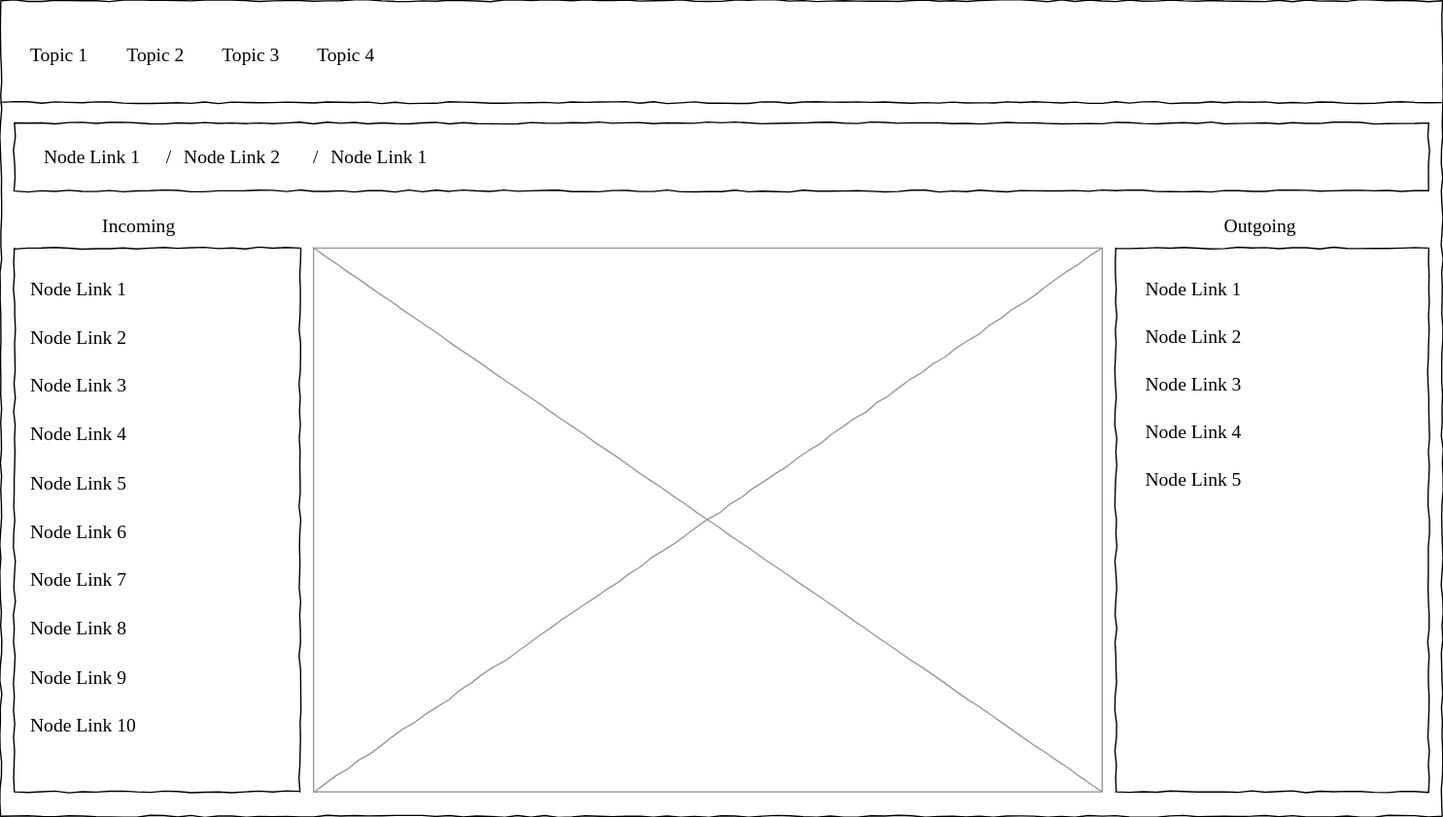
This is packages/app/dag-browser/doc/diagrams/wireframe-full.svg from AlexanderLapygin/dags, a draw.io export, as it was before one commit. Source tidied: cells renumbered, new cells last; positions are measured from the earlier drawing's top-left corner, leaving out a move shared by most shapes.
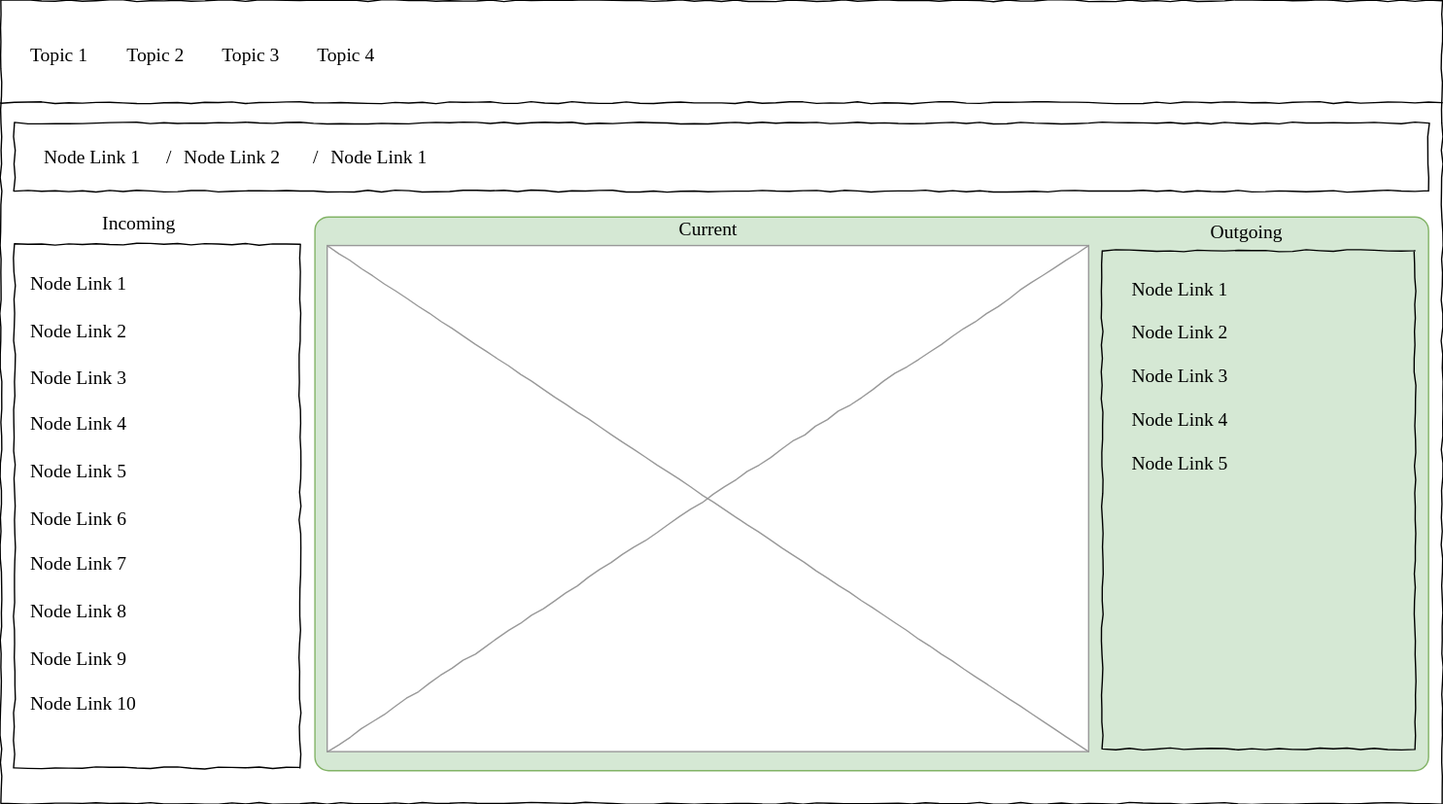
The same file after the commit.

Commit message:
feat: improve structure and style

Change to the diagram source:
```diff
@@ -3,7 +3,7 @@
     <mxCell id="0" />
     <mxCell id="1" parent="0" />
     <mxCell id="2" style="whiteSpace=wrap;html=1;rounded=0;shadow=0;labelBackgroundColor=none;strokeColor=#000000;strokeWidth=1;fillColor=none;fontFamily=Verdana;fontSize=12;fontColor=#000000;align=center;comic=1;" parent="1" vertex="1">
-      <mxGeometry width="1060" height="600" as="geometry" />
+      <mxGeometry width="1060" height="590" as="geometry" />
     </mxCell>
     <mxCell id="3" value="Topic 1" style="text;html=1;align=left;verticalAlign=top;spacingTop=-4;fontSize=14;fontFamily=Verdana;" parent="1" vertex="1">
       <mxGeometry x="20" y="30" width="60" height="20" as="geometry" />
@@ -17,9 +17,6 @@
     <mxCell id="6" value="Topic 4" style="text;html=1;align=left;verticalAlign=top;spacingTop=-4;fontSize=14;fontFamily=Verdana;" parent="1" vertex="1">
       <mxGeometry x="231" y="30" width="60" height="20" as="geometry" />
     </mxCell>
-    <mxCell id="7" style="whiteSpace=wrap;html=1;rounded=0;shadow=0;labelBackgroundColor=none;strokeWidth=1;fillColor=none;fontFamily=Verdana;fontSize=12;align=center;comic=1;" parent="1" vertex="1">
-      <mxGeometry x="10" y="182" width="210" height="400" as="geometry" />
-    </mxCell>
     <mxCell id="8" style="line;strokeWidth=1;html=1;rounded=0;shadow=0;labelBackgroundColor=none;fillColor=none;fontFamily=Verdana;fontSize=14;fontColor=#000000;align=center;comic=1;" parent="1" vertex="1">
       <mxGeometry y="70" width="1060" height="10" as="geometry" />
     </mxCell>
@@ -29,74 +26,95 @@
     <mxCell id="10" value="Node Link 1" style="text;html=1;align=left;verticalAlign=top;spacingTop=-4;fontSize=14;fontFamily=Verdana;" parent="1" vertex="1">
       <mxGeometry x="30" y="105" width="95" height="20" as="geometry" />
     </mxCell>
-    <mxCell id="11" style="verticalLabelPosition=bottom;shadow=0;dashed=0;align=center;html=1;verticalAlign=top;strokeWidth=1;shape=mxgraph.mockup.graphics.simpleIcon;strokeColor=#999999;rounded=0;labelBackgroundColor=none;fontFamily=Verdana;fontSize=14;fontColor=#000000;comic=1;" parent="1" vertex="1">
-      <mxGeometry x="230" y="182" width="580" height="400" as="geometry" />
-    </mxCell>
-    <mxCell id="12" style="whiteSpace=wrap;html=1;rounded=0;shadow=0;labelBackgroundColor=none;strokeWidth=1;fillColor=none;fontFamily=Verdana;fontSize=12;align=center;comic=1;" parent="1" vertex="1">
-      <mxGeometry x="820" y="182" width="230" height="400" as="geometry" />
-    </mxCell>
+    <mxCell id="30" value="Node Link 2" style="text;html=1;align=left;verticalAlign=top;spacingTop=-4;fontSize=14;fontFamily=Verdana;" parent="1" vertex="1">
+      <mxGeometry x="133" y="105" width="95" height="20" as="geometry" />
+    </mxCell>
+    <mxCell id="31" value="/" style="text;html=1;align=left;verticalAlign=top;spacingTop=-4;fontSize=14;fontFamily=Verdana;" parent="1" vertex="1">
+      <mxGeometry x="120" y="105" width="15" height="20" as="geometry" />
+    </mxCell>
+    <mxCell id="32" value="Node Link 1" style="text;html=1;align=left;verticalAlign=top;spacingTop=-4;fontSize=14;fontFamily=Verdana;" parent="1" vertex="1">
+      <mxGeometry x="241" y="105" width="95" height="20" as="geometry" />
+    </mxCell>
+    <mxCell id="33" value="/" style="text;html=1;align=left;verticalAlign=top;spacingTop=-4;fontSize=14;fontFamily=Verdana;" parent="1" vertex="1">
+      <mxGeometry x="228" y="105" width="15" height="20" as="geometry" />
+    </mxCell>
+    <mxCell id="34" style="group;" parent="1" vertex="1">
+      <mxGeometry x="10" y="154" width="210" height="410" as="geometry" />
+    </mxCell>
+    <mxCell id="7" style="whiteSpace=wrap;html=1;rounded=0;shadow=0;labelBackgroundColor=none;strokeWidth=1;fillColor=none;fontFamily=Verdana;fontSize=12;align=center;comic=1;" parent="34" vertex="1">
+      <mxGeometry y="25" width="210" height="385" as="geometry" />
+    </mxCell>
-    <mxCell id="13" value="Node Link 1" style="text;html=1;align=left;verticalAlign=top;spacingTop=-4;fontSize=14;fontFamily=Verdana;" parent="1" vertex="1">
-      <mxGeometry x="20" y="202" width="170" height="20" as="geometry" />
+    <mxCell id="13" value="Node Link 1" style="text;html=1;align=left;verticalAlign=top;spacingTop=-4;fontSize=14;fontFamily=Verdana;" parent="34" vertex="1">
+      <mxGeometry x="10" y="44.3" width="170" height="19.2" as="geometry" />
     </mxCell>
-    <mxCell id="14" value="Node Link 2" style="text;html=1;align=left;verticalAlign=top;spacingTop=-4;fontSize=14;fontFamily=Verdana;" parent="1" vertex="1">
-      <mxGeometry x="20" y="238" width="170" height="20" as="geometry" />
+    <mxCell id="14" value="Node Link 2" style="text;html=1;align=left;verticalAlign=top;spacingTop=-4;fontSize=14;fontFamily=Verdana;" parent="34" vertex="1">
+      <mxGeometry x="10" y="78.9" width="170" height="19.2" as="geometry" />
     </mxCell>
-    <mxCell id="15" value="Node Link 3" style="text;html=1;align=left;verticalAlign=top;spacingTop=-4;fontSize=14;fontFamily=Verdana;" parent="1" vertex="1">
-      <mxGeometry x="20" y="273" width="170" height="20" as="geometry" />
+    <mxCell id="15" value="Node Link 3" style="text;html=1;align=left;verticalAlign=top;spacingTop=-4;fontSize=14;fontFamily=Verdana;" parent="34" vertex="1">
+      <mxGeometry x="10" y="112.6" width="170" height="19.2" as="geometry" />
     </mxCell>
-    <mxCell id="16" value="Node Link 4" style="text;html=1;align=left;verticalAlign=top;spacingTop=-4;fontSize=14;fontFamily=Verdana;" parent="1" vertex="1">
-      <mxGeometry x="20" y="309" width="170" height="20" as="geometry" />
+    <mxCell id="16" value="Node Link 4" style="text;html=1;align=left;verticalAlign=top;spacingTop=-4;fontSize=14;fontFamily=Verdana;" parent="34" vertex="1">
+      <mxGeometry x="10" y="147.3" width="170" height="19.2" as="geometry" />
     </mxCell>
-    <mxCell id="17" value="Node Link 7" style="text;html=1;align=left;verticalAlign=top;spacingTop=-4;fontSize=14;fontFamily=Verdana;" parent="1" vertex="1">
-      <mxGeometry x="20" y="416" width="170" height="20" as="geometry" />
+    <mxCell id="17" value="Node Link 7" style="text;html=1;align=left;verticalAlign=top;spacingTop=-4;fontSize=14;fontFamily=Verdana;" parent="34" vertex="1">
+      <mxGeometry x="10" y="250.2" width="170" height="19.2" as="geometry" />
     </mxCell>
-    <mxCell id="18" value="Node Link 8" style="text;html=1;align=left;verticalAlign=top;spacingTop=-4;fontSize=14;fontFamily=Verdana;" parent="1" vertex="1">
-      <mxGeometry x="20" y="452" width="170" height="20" as="geometry" />
+    <mxCell id="18" value="Node Link 8" style="text;html=1;align=left;verticalAlign=top;spacingTop=-4;fontSize=14;fontFamily=Verdana;" parent="34" vertex="1">
+      <mxGeometry x="10" y="284.9" width="170" height="19.2" as="geometry" />
     </mxCell>
-    <mxCell id="19" value="Node Link 9" style="text;html=1;align=left;verticalAlign=top;spacingTop=-4;fontSize=14;fontFamily=Verdana;" parent="1" vertex="1">
-      <mxGeometry x="20" y="488" width="170" height="20" as="geometry" />
+    <mxCell id="19" value="Node Link 9" style="text;html=1;align=left;verticalAlign=top;spacingTop=-4;fontSize=14;fontFamily=Verdana;" parent="34" vertex="1">
+      <mxGeometry x="10" y="319.5" width="170" height="19.2" as="geometry" />
     </mxCell>
-    <mxCell id="20" value="Node Link 10" style="text;html=1;align=left;verticalAlign=top;spacingTop=-4;fontSize=14;fontFamily=Verdana;" parent="1" vertex="1">
-      <mxGeometry x="20" y="523" width="170" height="20" as="geometry" />
+    <mxCell id="20" value="Node Link 10" style="text;html=1;align=left;verticalAlign=top;spacingTop=-4;fontSize=14;fontFamily=Verdana;" parent="34" vertex="1">
+      <mxGeometry x="10" y="353.2" width="170" height="19.2" as="geometry" />
     </mxCell>
-    <mxCell id="21" value="Node Link 5" style="text;html=1;align=left;verticalAlign=top;spacingTop=-4;fontSize=14;fontFamily=Verdana;" parent="1" vertex="1">
-      <mxGeometry x="20" y="345" width="170" height="20" as="geometry" />
+    <mxCell id="21" value="Node Link 5" style="text;html=1;align=left;verticalAlign=top;spacingTop=-4;fontSize=14;fontFamily=Verdana;" parent="34" vertex="1">
+      <mxGeometry x="10" y="181.9" width="170" height="19.2" as="geometry" />
     </mxCell>
-    <mxCell id="22" value="Node Link 6" style="text;html=1;align=left;verticalAlign=top;spacingTop=-4;fontSize=14;fontFamily=Verdana;" parent="1" vertex="1">
-      <mxGeometry x="20" y="381" width="170" height="20" as="geometry" />
+    <mxCell id="22" value="Node Link 6" style="text;html=1;align=left;verticalAlign=top;spacingTop=-4;fontSize=14;fontFamily=Verdana;" parent="34" vertex="1">
+      <mxGeometry x="10" y="216.5" width="170" height="19.2" as="geometry" />
     </mxCell>
+    <mxCell id="29" value="Incoming" style="text;html=1;align=left;verticalAlign=top;spacingTop=-4;fontSize=14;fontFamily=Verdana;" parent="34" vertex="1">
+      <mxGeometry x="62.5" width="75" height="19.2" as="geometry" />
+    </mxCell>
+    <mxCell id="35" style="group;" parent="1" vertex="1">
+      <mxGeometry x="231" y="149" width="819" height="417" as="geometry" />
+    </mxCell>
+    <mxCell id="36" style="shape=mxgraph.mockup.containers.marginRect;rectMarginTop=10;strokeColor=#82b366;strokeWidth=1;dashed=0;rounded=1;arcSize=5;fillColor=#d5e8d4;" parent="35" vertex="1">
+      <mxGeometry width="819" height="417" as="geometry" />
+    </mxCell>
+    <mxCell id="37" style="group;" parent="35" vertex="1">
+      <mxGeometry x="579" y="11" width="230" height="390" as="geometry" />
+    </mxCell>
+    <mxCell id="12" style="whiteSpace=wrap;html=1;rounded=0;shadow=0;labelBackgroundColor=none;strokeWidth=1;fillColor=none;fontFamily=Verdana;fontSize=12;align=center;comic=1;" parent="37" vertex="1">
+      <mxGeometry y="23.8" width="230" height="366.2" as="geometry" />
+    </mxCell>
-    <mxCell id="23" value="Outgoing" style="text;html=1;align=left;verticalAlign=top;spacingTop=-4;fontSize=14;fontFamily=Verdana;" parent="1" vertex="1">
-      <mxGeometry x="897.5" y="156" width="75" height="20" as="geometry" />
+    <mxCell id="23" value="Outgoing" style="text;html=1;align=left;verticalAlign=top;spacingTop=-4;fontSize=14;fontFamily=Verdana;" parent="37" vertex="1">
+      <mxGeometry x="77.5" width="75" height="18.3" as="geometry" />
     </mxCell>
-    <mxCell id="24" value="Node Link 1" style="text;html=1;align=left;verticalAlign=top;spacingTop=-4;fontSize=14;fontFamily=Verdana;" parent="1" vertex="1">
-      <mxGeometry x="840" y="202" width="170" height="20" as="geometry" />
+    <mxCell id="24" value="Node Link 1" style="text;html=1;align=left;verticalAlign=top;spacingTop=-4;fontSize=14;fontFamily=Verdana;" parent="37" vertex="1">
+      <mxGeometry x="20" y="42.1" width="170" height="18.3" as="geometry" />
     </mxCell>
-    <mxCell id="25" value="Node Link 2" style="text;html=1;align=left;verticalAlign=top;spacingTop=-4;fontSize=14;fontFamily=Verdana;" parent="1" vertex="1">
-      <mxGeometry x="840" y="237" width="170" height="20" as="geometry" />
+    <mxCell id="25" value="Node Link 2" style="text;html=1;align=left;verticalAlign=top;spacingTop=-4;fontSize=14;fontFamily=Verdana;" parent="37" vertex="1">
+      <mxGeometry x="20" y="74.2" width="170" height="18.3" as="geometry" />
     </mxCell>
-    <mxCell id="26" value="Node Link 3&lt;br&gt;" style="text;html=1;align=left;verticalAlign=top;spacingTop=-4;fontSize=14;fontFamily=Verdana;" parent="1" vertex="1">
-      <mxGeometry x="840" y="272" width="170" height="20" as="geometry" />
+    <mxCell id="26" value="Node Link 3&lt;br&gt;" style="text;html=1;align=left;verticalAlign=top;spacingTop=-4;fontSize=14;fontFamily=Verdana;" parent="37" vertex="1">
+      <mxGeometry x="20" y="106.2" width="170" height="18.3" as="geometry" />
     </mxCell>
-    <mxCell id="27" value="Node Link 4" style="text;html=1;align=left;verticalAlign=top;spacingTop=-4;fontSize=14;fontFamily=Verdana;" parent="1" vertex="1">
-      <mxGeometry x="840" y="307" width="170" height="20" as="geometry" />
+    <mxCell id="27" value="Node Link 4" style="text;html=1;align=left;verticalAlign=top;spacingTop=-4;fontSize=14;fontFamily=Verdana;" parent="37" vertex="1">
+      <mxGeometry x="20" y="138.2" width="170" height="18.3" as="geometry" />
     </mxCell>
-    <mxCell id="28" value="Node Link 5" style="text;html=1;align=left;verticalAlign=top;spacingTop=-4;fontSize=14;fontFamily=Verdana;" parent="1" vertex="1">
-      <mxGeometry x="840" y="342" width="170" height="20" as="geometry" />
+    <mxCell id="28" value="Node Link 5" style="text;html=1;align=left;verticalAlign=top;spacingTop=-4;fontSize=14;fontFamily=Verdana;" parent="37" vertex="1">
+      <mxGeometry x="20" y="170.3" width="170" height="18.3" as="geometry" />
     </mxCell>
-    <mxCell id="29" value="Incoming" style="text;html=1;align=left;verticalAlign=top;spacingTop=-4;fontSize=14;fontFamily=Verdana;" parent="1" vertex="1">
-      <mxGeometry x="72.5" y="156" width="75" height="20" as="geometry" />
-    </mxCell>
-    <mxCell id="30" value="Node Link 2" style="text;html=1;align=left;verticalAlign=top;spacingTop=-4;fontSize=14;fontFamily=Verdana;" parent="1" vertex="1">
-      <mxGeometry x="133" y="105" width="95" height="20" as="geometry" />
-    </mxCell>
-    <mxCell id="31" value="/" style="text;html=1;align=left;verticalAlign=top;spacingTop=-4;fontSize=14;fontFamily=Verdana;" parent="1" vertex="1">
-      <mxGeometry x="120" y="105" width="15" height="20" as="geometry" />
-    </mxCell>
-    <mxCell id="32" value="Node Link 1" style="text;html=1;align=left;verticalAlign=top;spacingTop=-4;fontSize=14;fontFamily=Verdana;" parent="1" vertex="1">
-      <mxGeometry x="241" y="105" width="95" height="20" as="geometry" />
-    </mxCell>
-    <mxCell id="33" value="/" style="text;html=1;align=left;verticalAlign=top;spacingTop=-4;fontSize=14;fontFamily=Verdana;" parent="1" vertex="1">
-      <mxGeometry x="228" y="105" width="15" height="20" as="geometry" />
-    </mxCell>
+    <mxCell id="38" style="group;" parent="35" vertex="1">
+      <mxGeometry x="9" y="9" width="560" height="394" as="geometry" />
+    </mxCell>
+    <mxCell id="11" style="verticalLabelPosition=bottom;shadow=0;dashed=0;align=center;html=1;verticalAlign=top;strokeWidth=1;shape=mxgraph.mockup.graphics.simpleIcon;strokeColor=#999999;rounded=0;labelBackgroundColor=none;fontFamily=Verdana;fontSize=14;fontColor=#000000;comic=1;" parent="38" vertex="1">
+      <mxGeometry y="22" width="560" height="372" as="geometry" />
+    </mxCell>
+    <mxCell id="39" value="Current&lt;br&gt;" style="text;html=1;align=center;verticalAlign=top;spacingTop=-4;fontSize=14;fontFamily=Verdana;" parent="38" vertex="1">
+      <mxGeometry x="242.5" width="75" height="19.2" as="geometry" />
+    </mxCell>
   </root>
 </mxGraphModel>
```
